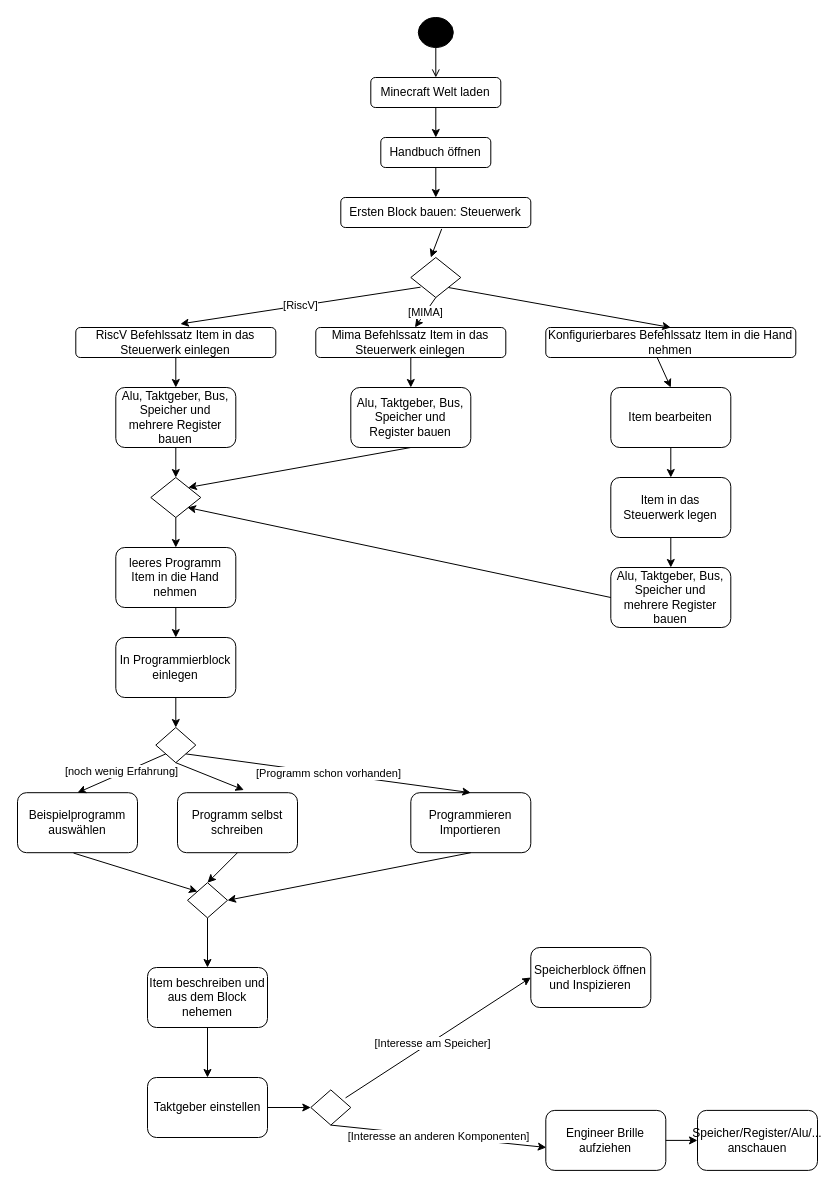
This is Aktivität.drawio from LundiNord/RISCJ-Diagramms, a draw.io file, before an edit. Source tidied: cells renumbered, new cells numbered last; positions are measured from the earlier drawing's top-left corner, leaving out a move shared by most shapes. Both pictures are drawn from the tidied source at 100%, with x=0, y=0 at pixel (17, 17).
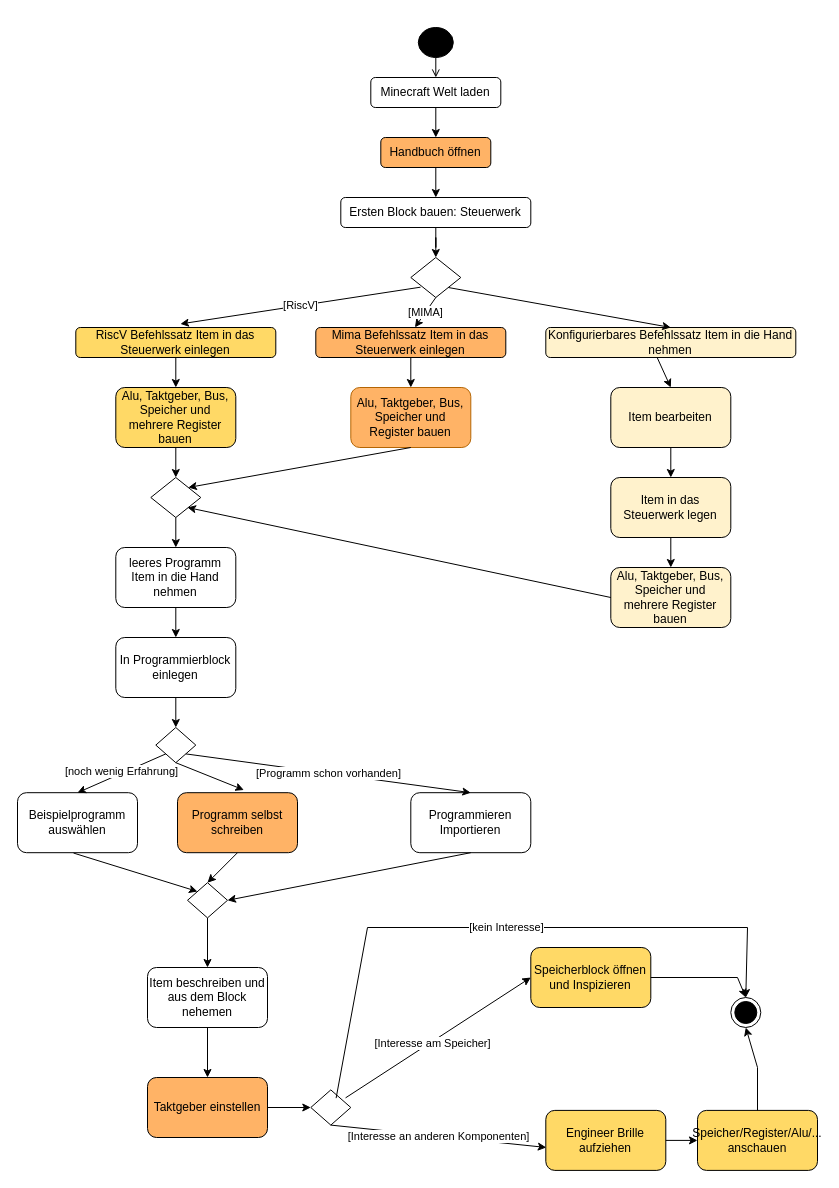
Above is the later version.

The change refers to these unchanged cells:
```xml
<mxCell id="7" value="Ersten Block bauen: Steuerwerk" style="rounded=1;whiteSpace=wrap;html=1;" parent="1" vertex="1">
  <mxGeometry x="323.3" y="180" width="190" height="30" as="geometry" />
</mxCell>
<mxCell id="12" style="rhombus;whiteSpace=wrap;html=1;portConstraintRotation=1;" parent="1" vertex="1">
  <mxGeometry x="393.3" y="240" width="50" height="40" as="geometry" />
</mxCell>
<mxCell id="52" style="rhombus;whiteSpace=wrap;html=1;portConstraintRotation=1;" parent="1" vertex="1">
  <mxGeometry x="293.3" y="1072.4" width="40" height="35.2" as="geometry" />
</mxCell>
```

Change to the diagram source:
```diff
@@
     <mxCell id="3" style="ellipse;fillColor=strokeColor;html=1;" parent="1" vertex="1">
-      <mxGeometry x="400.8" width="35" height="30" as="geometry" />
+      <mxGeometry x="400.8" y="10" width="35" height="30" as="geometry" />
     </mxCell>
@@
-    <mxCell id="5" value="Handbuch öffnen" style="rounded=1;whiteSpace=wrap;html=1;" parent="1" vertex="1">
+    <mxCell id="5" value="Handbuch öffnen" style="rounded=1;whiteSpace=wrap;html=1;fillColor=#FFB366;" parent="1" vertex="1">
       <mxGeometry x="363.3" y="120" width="110" height="30" as="geometry" />
     </mxCell>
@@
+    <mxCell id="42" style="edgeStyle=orthogonalEdgeStyle;rounded=0;jettySize=auto;html=1;" parent="1" edge="1" source="7" target="12">
+      <mxGeometry relative="1" as="geometry" />
+    </mxCell>
@@
-    <mxCell id="9" value="Mima Befehlssatz Item in das Steuerwerk einlegen" style="rounded=1;whiteSpace=wrap;html=1;" parent="1" vertex="1">
+    <mxCell id="9" value="Mima Befehlssatz Item in das Steuerwerk einlegen" style="rounded=1;whiteSpace=wrap;html=1;fillColor=#FFB366;" parent="1" vertex="1">
       <mxGeometry x="298.3" y="310" width="190" height="30" as="geometry" />
     </mxCell>
-    <mxCell id="10" value="RiscV Befehlssatz Item in das Steuerwerk einlegen" style="rounded=1;whiteSpace=wrap;html=1;" parent="1" vertex="1">
+    <mxCell id="10" value="RiscV Befehlssatz Item in das Steuerwerk einlegen" style="rounded=1;whiteSpace=wrap;html=1;fillColor=#FFD966;" parent="1" vertex="1">
       <mxGeometry x="58.3" y="310" width="200" height="30" as="geometry" />
     </mxCell>
-    <mxCell id="11" value="Konfigurierbares Befehlssatz Item in die Hand nehmen" style="rounded=1;whiteSpace=wrap;html=1;" parent="1" vertex="1">
+    <mxCell id="11" value="Konfigurierbares Befehlssatz Item in die Hand nehmen" style="rounded=1;whiteSpace=wrap;html=1;fillColor=#FFF2CC;" parent="1" vertex="1">
       <mxGeometry x="528.3" y="310" width="250" height="30" as="geometry" />
     </mxCell>
@@
-    <mxCell id="15" value="Alu, Taktgeber, Bus, Speicher und Register bauen" style="rounded=1;whiteSpace=wrap;html=1;" parent="1" vertex="1">
+    <mxCell id="15" value="Alu, Taktgeber, Bus, Speicher und Register bauen" style="rounded=1;whiteSpace=wrap;html=1;fillColor=#FFB366;strokeColor=#b46504;" parent="1" vertex="1">
       <mxGeometry x="333.3" y="370" width="120" height="60" as="geometry" />
     </mxCell>
@@
-    <mxCell id="17" value="Alu, Taktgeber, Bus, Speicher und mehrere Register bauen" style="rounded=1;whiteSpace=wrap;html=1;" parent="1" vertex="1">
+    <mxCell id="17" value="Alu, Taktgeber, Bus, Speicher und mehrere Register bauen" style="rounded=1;whiteSpace=wrap;html=1;fillColor=#FFD966;" parent="1" vertex="1">
       <mxGeometry x="98.3" y="370" width="120" height="60" as="geometry" />
     </mxCell>
@@
-    <mxCell id="19" value="Alu, Taktgeber, Bus, Speicher und mehrere Register bauen" style="rounded=1;whiteSpace=wrap;html=1;" parent="1" vertex="1">
+    <mxCell id="19" value="Alu, Taktgeber, Bus, Speicher und mehrere Register bauen" style="rounded=1;whiteSpace=wrap;html=1;fillColor=#FFF2CC;" parent="1" vertex="1">
       <mxGeometry x="593.3" y="550" width="120" height="60" as="geometry" />
     </mxCell>
@@
-    <mxCell id="27" value="Item bearbeiten" style="rounded=1;whiteSpace=wrap;html=1;" parent="1" vertex="1">
+    <mxCell id="27" value="Item bearbeiten" style="rounded=1;whiteSpace=wrap;html=1;fillColor=#FFF2CC;" parent="1" vertex="1">
       <mxGeometry x="593.3" y="370" width="120" height="60" as="geometry" />
     </mxCell>
-    <mxCell id="28" value="Item in das Steuerwerk legen" style="rounded=1;whiteSpace=wrap;html=1;" parent="1" vertex="1">
+    <mxCell id="28" value="Item in das Steuerwerk legen" style="rounded=1;whiteSpace=wrap;html=1;fillColor=#FFF2CC;" parent="1" vertex="1">
       <mxGeometry x="593.3" y="460" width="120" height="60" as="geometry" />
     </mxCell>
@@
-    <mxCell id="36" value="Programm selbst schreiben" style="rounded=1;whiteSpace=wrap;html=1;" parent="1" vertex="1">
+    <mxCell id="36" value="Programm selbst schreiben" style="rounded=1;whiteSpace=wrap;html=1;fillColor=#FFB366;" parent="1" vertex="1">
       <mxGeometry x="160" y="775.2" width="120" height="60" as="geometry" />
     </mxCell>
@@
-    <mxCell id="42" style="edgeStyle=none;jettySize=auto;html=1;rounded=0;exitX=0.531;exitY=1.047;exitDx=0;exitDy=0;exitPerimeter=0;entryX=0.4;entryY=0;entryDx=0;entryDy=0;entryPerimeter=0;noEdgeStyle=1;orthogonal=1;" parent="1" edge="1" source="7" target="12">
-      <mxGeometry relative="1" as="geometry" />
-    </mxCell>
@@
-    <mxCell id="50" value="Taktgeber einstellen" style="rounded=1;whiteSpace=wrap;html=1;" parent="1" vertex="1">
+    <mxCell id="50" value="Taktgeber einstellen" style="rounded=1;whiteSpace=wrap;html=1;fillColor=#FFB366;" parent="1" vertex="1">
       <mxGeometry x="130" y="1060" width="120" height="60" as="geometry" />
     </mxCell>
@@
-    <mxCell id="54" value="Speicherblock öffnen und Inspizieren" style="rounded=1;whiteSpace=wrap;html=1;" parent="1" vertex="1">
+    <mxCell id="54" value="Speicherblock öffnen und Inspizieren" style="rounded=1;whiteSpace=wrap;html=1;fillColor=#FFD966;" parent="1" vertex="1">
       <mxGeometry x="513.3" y="930" width="120" height="60" as="geometry" />
     </mxCell>
@@
-    <mxCell id="57" value="Engineer Brille aufziehen" style="rounded=1;whiteSpace=wrap;html=1;" parent="1" vertex="1">
+    <mxCell id="57" value="Engineer Brille aufziehen" style="rounded=1;whiteSpace=wrap;html=1;fillColor=#FFD966;" parent="1" vertex="1">
       <mxGeometry x="528.3" y="1092.9" width="120" height="60" as="geometry" />
     </mxCell>
@@
-    <mxCell id="59" value="Speicher/Register/Alu/... anschauen" style="rounded=1;whiteSpace=wrap;html=1;" parent="1" vertex="1">
+    <mxCell id="59" value="Speicher/Register/Alu/... anschauen" style="rounded=1;whiteSpace=wrap;html=1;fillColor=#FFD966;" parent="1" vertex="1">
       <mxGeometry x="680" y="1092.9" width="120" height="60" as="geometry" />
     </mxCell>
@@
+    <mxCell id="61" style="ellipse;html=1;shape=endState;fillColor=strokeColor;" parent="1" vertex="1">
+      <mxGeometry x="713.3" y="980" width="30" height="30" as="geometry" />
+    </mxCell>
+    <mxCell id="62" style="edgeStyle=none;jettySize=auto;html=1;rounded=0;exitX=1;exitY=0.5;exitDx=0;exitDy=0;entryX=0.5;entryY=0;entryDx=0;entryDy=0;" parent="1" edge="1" source="54" target="61">
+      <mxGeometry relative="1" as="geometry">
+        <Array as="points">
+          <mxPoint x="720" y="960" />
+        </Array>
+      </mxGeometry>
+    </mxCell>
+    <mxCell id="63" style="edgeStyle=none;jettySize=auto;html=1;rounded=0;exitX=0.5;exitY=0;exitDx=0;exitDy=0;entryX=0.5;entryY=1;entryDx=0;entryDy=0;" parent="1" edge="1" source="59" target="61">
+      <mxGeometry relative="1" as="geometry">
+        <Array as="points">
+          <mxPoint x="740" y="1050" />
+        </Array>
+      </mxGeometry>
+    </mxCell>
+    <mxCell id="64" value="[kein Interesse]" style="edgeStyle=none;jettySize=auto;html=1;rounded=0;exitX=0.633;exitY=0.234;exitDx=0;exitDy=0;exitPerimeter=0;entryX=0.5;entryY=0;entryDx=0;entryDy=0;" parent="1" edge="1" source="52" target="61">
+      <mxGeometry relative="1" as="geometry">
+        <Array as="points">
+          <mxPoint x="350" y="910" />
+          <mxPoint x="730" y="910" />
+        </Array>
+      </mxGeometry>
+    </mxCell>
```
